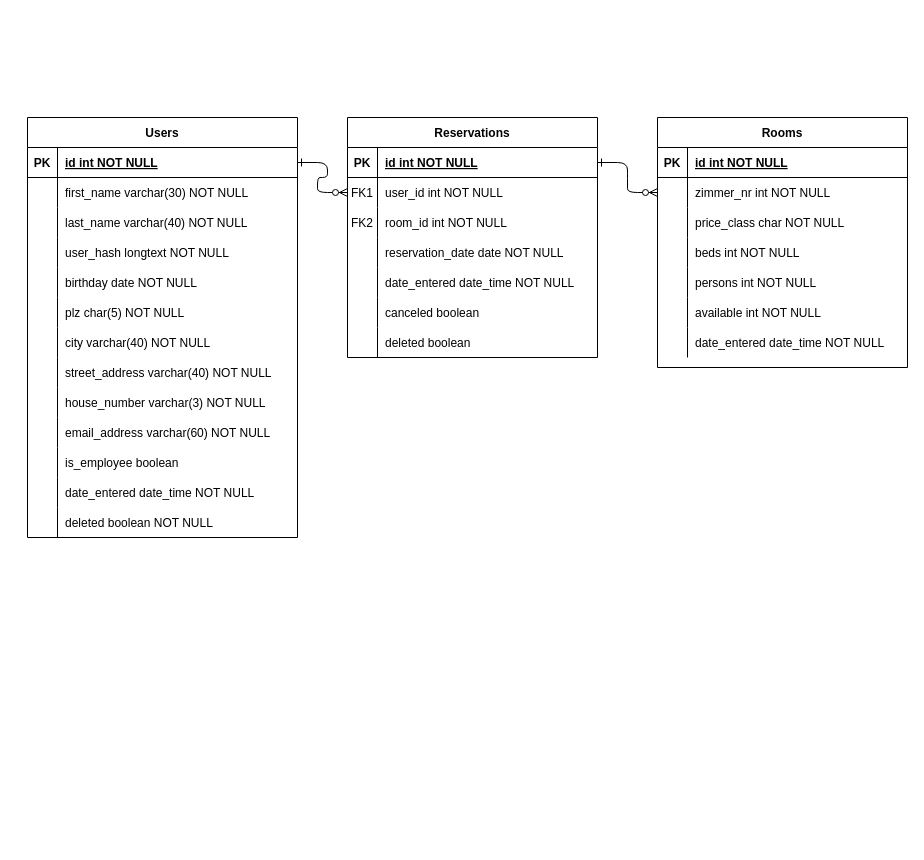
Before: Unbenanntes Diagramm.drawio in JonasE234/Insignio-1---Hotelprojekt, a draw.io diagram. Source tidied: cells renumbered, new cells numbered last; positions are measured from the earlier drawing's top-left corner, leaving out a move shared by most shapes. Both pictures are drawn from the tidied source at 100%, with x=0, y=0 at pixel (27, 117).
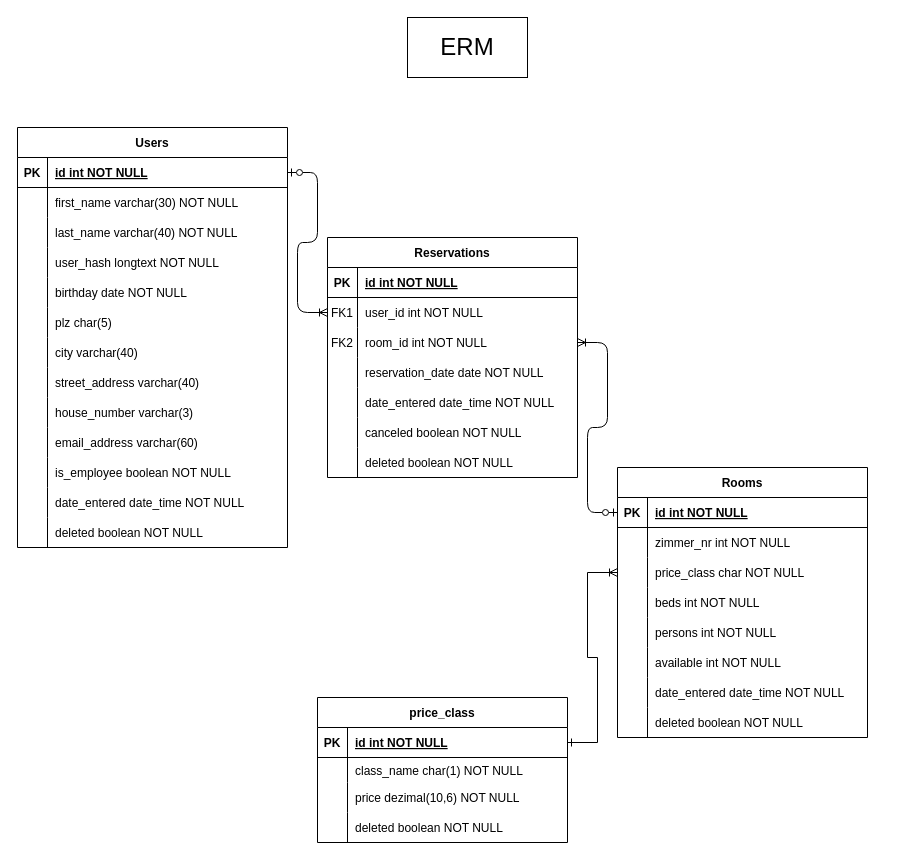
The same diagram, later.

Commit message:
ERM fertiggestellt

Unchanged cells that the change refers to:
```xml
<mxCell id="5" style="shape=partialRectangle;fillColor=none;points=[[0,0.5],[1,0.5]];portConstraint=eastwest;top=0;left=0;right=0;bottom=1;" parent="4" vertex="1">
  <mxGeometry y="30" width="250" height="30" as="geometry" />
</mxCell>
<mxCell id="8" style="shape=partialRectangle;fillColor=none;points=[[0,0.5],[1,0.5]];portConstraint=eastwest;top=0;left=0;right=0;bottom=0;" parent="4" vertex="1">
  <mxGeometry y="60" width="250" height="30" as="geometry" />
</mxCell>
<mxCell id="11" style="shape=partialRectangle;fillColor=none;points=[[0,0.5],[1,0.5]];portConstraint=eastwest;top=0;left=0;right=0;bottom=0;" parent="4" vertex="1">
  <mxGeometry y="90" width="250" height="30" as="geometry" />
</mxCell>
<mxCell id="20" style="shape=partialRectangle;fillColor=none;top=0;left=0;right=0;bottom=0;" parent="4" vertex="1">
  <mxGeometry y="180" width="250" height="30" as="geometry" />
</mxCell>
<mxCell id="23" style="shape=partialRectangle;fillColor=none;top=0;left=0;right=0;bottom=0;" parent="4" vertex="1">
  <mxGeometry y="210" width="250" height="30" as="geometry" />
</mxCell>
<mxCell id="27" style="shape=partialRectangle;fillColor=none;points=[[0,0.5],[1,0.5]];portConstraint=eastwest;top=0;left=0;right=0;bottom=1;" parent="26" vertex="1">
  <mxGeometry y="30" width="250" height="30" as="geometry" />
</mxCell>
<mxCell id="30" style="shape=partialRectangle;fillColor=none;points=[[0,0.5],[1,0.5]];portConstraint=eastwest;top=0;left=0;right=0;bottom=0;" parent="26" vertex="1">
  <mxGeometry y="60" width="250" height="30" as="geometry" />
</mxCell>
<mxCell id="33" style="shape=partialRectangle;fillColor=none;points=[[0,0.5],[1,0.5]];portConstraint=eastwest;top=0;left=0;right=0;bottom=0;" parent="26" vertex="1">
  <mxGeometry y="90" width="250" height="30" as="geometry" />
</mxCell>
<mxCell id="49" style="shape=partialRectangle;fillColor=none;points=[[0,0.5],[1,0.5]];portConstraint=eastwest;top=0;left=0;right=0;bottom=1;" parent="48" vertex="1">
  <mxGeometry y="30" width="270" height="30" as="geometry" />
</mxCell>
<mxCell id="64" style="shape=partialRectangle;fillColor=none;top=0;left=0;right=0;bottom=0;" parent="48" vertex="1">
  <mxGeometry y="180" width="270" height="30" as="geometry" />
</mxCell>
<mxCell id="67" style="shape=partialRectangle;fillColor=none;top=0;left=0;right=0;bottom=0;" parent="48" vertex="1">
  <mxGeometry y="210" width="270" height="30" as="geometry" />
</mxCell>
<mxCell id="70" style="shape=partialRectangle;fillColor=none;top=0;left=0;right=0;bottom=0;" parent="48" vertex="1">
  <mxGeometry y="240" width="270" height="30" as="geometry" />
</mxCell>
<mxCell id="73" style="shape=partialRectangle;fillColor=none;top=0;left=0;right=0;bottom=0;" parent="48" vertex="1">
  <mxGeometry y="270" width="270" height="30" as="geometry" />
</mxCell>
<mxCell id="76" style="shape=partialRectangle;fillColor=none;top=0;left=0;right=0;bottom=0;" parent="48" vertex="1">
  <mxGeometry y="300" width="270" height="30" as="geometry" />
</mxCell>
<mxCell id="79" style="shape=partialRectangle;fillColor=none;top=0;left=0;right=0;bottom=0;" parent="48" vertex="1">
  <mxGeometry y="330" width="270" height="30" as="geometry" />
</mxCell>
```

Diff of the diagram source:
```diff
@@
-    <mxCell id="2" style="edgeStyle=entityRelationEdgeStyle;endArrow=ERzeroToMany;startArrow=ERone;endFill=1;startFill=0;" parent="1" edge="1" source="49" target="8">
+    <mxCell id="2" style="edgeStyle=entityRelationEdgeStyle;endArrow=ERoneToMany;startArrow=ERzeroToOne;endFill=0;startFill=0;" parent="1" edge="1" source="49" target="8">
       <mxGeometry relative="1" as="geometry" />
     </mxCell>
-    <mxCell id="3" style="edgeStyle=entityRelationEdgeStyle;endArrow=ERzeroToMany;startArrow=ERone;endFill=1;startFill=0;" parent="1" edge="1" source="5" target="30">
+    <mxCell id="3" style="edgeStyle=entityRelationEdgeStyle;endArrow=ERzeroToOne;startArrow=ERoneToMany;endFill=0;startFill=0;exitX=1;exitY=0.5;exitDx=0;exitDy=0;entryX=0;entryY=0.5;entryDx=0;entryDy=0;" parent="1" edge="1" source="11" target="27">
       <mxGeometry relative="1" as="geometry" />
     </mxCell>
     <mxCell id="4" value="Reservations" style="shape=table;startSize=30;childLayout=tableLayout;rowLines=0;fontStyle=1;align=center;" parent="1" vertex="1">
-      <mxGeometry x="320" width="250" height="240" as="geometry" />
+      <mxGeometry x="300" y="120" width="250" height="240" as="geometry" />
     </mxCell>
@@
-    <mxCell id="22" value="canceled boolean" style="shape=partialRectangle;overflow=hidden;fillColor=none;top=0;left=0;bottom=0;right=0;align=left;spacingLeft=6;" parent="20" vertex="1">
+    <mxCell id="22" value="canceled boolean NOT NULL" style="shape=partialRectangle;overflow=hidden;fillColor=none;top=0;left=0;bottom=0;right=0;align=left;spacingLeft=6;" parent="20" vertex="1">
       <mxGeometry x="30" width="220" height="30" as="geometry" />
     </mxCell>
@@
-    <mxCell id="25" value="deleted boolean" style="shape=partialRectangle;overflow=hidden;fillColor=none;top=0;left=0;bottom=0;right=0;align=left;spacingLeft=6;" parent="23" vertex="1">
+    <mxCell id="25" value="deleted boolean NOT NULL" style="shape=partialRectangle;overflow=hidden;fillColor=none;top=0;left=0;bottom=0;right=0;align=left;spacingLeft=6;" parent="23" vertex="1">
       <mxGeometry x="30" width="220" height="30" as="geometry" />
     </mxCell>
     <mxCell id="26" value="Rooms" style="shape=table;startSize=30;childLayout=tableLayout;rowLines=0;fontStyle=1;align=center;" parent="1" vertex="1">
-      <mxGeometry x="630" width="250" height="250" as="geometry" />
+      <mxGeometry x="590" y="350" width="250" height="270" as="geometry" />
     </mxCell>
@@
+    <mxCell id="90" style="shape=partialRectangle;fillColor=none;top=0;left=0;right=0;bottom=0;" parent="26" vertex="1">
+      <mxGeometry y="240" width="250" height="30" as="geometry" />
+    </mxCell>
+    <mxCell id="91" style="shape=partialRectangle;overflow=hidden;fillColor=none;top=0;left=0;bottom=0;right=0;" parent="90" vertex="1">
+      <mxGeometry width="30" height="30" as="geometry" />
+    </mxCell>
+    <mxCell id="92" value="deleted boolean NOT NULL" style="shape=partialRectangle;overflow=hidden;fillColor=none;top=0;left=0;bottom=0;right=0;align=left;spacingLeft=6;" parent="90" vertex="1">
+      <mxGeometry x="30" width="220" height="30" as="geometry" />
+    </mxCell>
     <mxCell id="48" value="Users" style="shape=table;startSize=30;childLayout=tableLayout;rowLines=0;fontStyle=1;align=center;" parent="1" vertex="1">
-      <mxGeometry width="270" height="420" as="geometry" />
+      <mxGeometry x="-10" y="10" width="270" height="420" as="geometry" />
     </mxCell>
@@
-    <mxCell id="66" value="plz char(5) NOT NULL" style="shape=partialRectangle;overflow=hidden;fillColor=none;top=0;left=0;bottom=0;right=0;align=left;spacingLeft=6;" parent="64" vertex="1">
+    <mxCell id="66" value="plz char(5)" style="shape=partialRectangle;overflow=hidden;fillColor=none;top=0;left=0;bottom=0;right=0;align=left;spacingLeft=6;" parent="64" vertex="1">
       <mxGeometry x="30" width="240" height="30" as="geometry" />
     </mxCell>
@@
-    <mxCell id="69" value="city varchar(40) NOT NULL" style="shape=partialRectangle;overflow=hidden;fillColor=none;top=0;left=0;bottom=0;right=0;align=left;spacingLeft=6;" parent="67" vertex="1">
+    <mxCell id="69" value="city varchar(40)" style="shape=partialRectangle;overflow=hidden;fillColor=none;top=0;left=0;bottom=0;right=0;align=left;spacingLeft=6;" parent="67" vertex="1">
       <mxGeometry x="30" width="240" height="30" as="geometry" />
     </mxCell>
@@
-    <mxCell id="72" value="street_address varchar(40) NOT NULL" style="shape=partialRectangle;overflow=hidden;fillColor=none;top=0;left=0;bottom=0;right=0;align=left;spacingLeft=6;" parent="70" vertex="1">
+    <mxCell id="72" value="street_address varchar(40)" style="shape=partialRectangle;overflow=hidden;fillColor=none;top=0;left=0;bottom=0;right=0;align=left;spacingLeft=6;" parent="70" vertex="1">
       <mxGeometry x="30" width="240" height="30" as="geometry" />
     </mxCell>
@@
-    <mxCell id="75" value="house_number varchar(3) NOT NULL" style="shape=partialRectangle;overflow=hidden;fillColor=none;top=0;left=0;bottom=0;right=0;align=left;spacingLeft=6;" parent="73" vertex="1">
+    <mxCell id="75" value="house_number varchar(3)" style="shape=partialRectangle;overflow=hidden;fillColor=none;top=0;left=0;bottom=0;right=0;align=left;spacingLeft=6;" parent="73" vertex="1">
       <mxGeometry x="30" width="240" height="30" as="geometry" />
     </mxCell>
@@
-    <mxCell id="78" value="email_address varchar(60) NOT NULL" style="shape=partialRectangle;overflow=hidden;fillColor=none;top=0;left=0;bottom=0;right=0;align=left;spacingLeft=6;" parent="76" vertex="1">
+    <mxCell id="78" value="email_address varchar(60)" style="shape=partialRectangle;overflow=hidden;fillColor=none;top=0;left=0;bottom=0;right=0;align=left;spacingLeft=6;" parent="76" vertex="1">
       <mxGeometry x="30" width="240" height="30" as="geometry" />
     </mxCell>
@@
-    <mxCell id="81" value="is_employee boolean" style="shape=partialRectangle;overflow=hidden;fillColor=none;top=0;left=0;bottom=0;right=0;align=left;spacingLeft=6;" parent="79" vertex="1">
+    <mxCell id="81" value="is_employee boolean NOT NULL" style="shape=partialRectangle;overflow=hidden;fillColor=none;top=0;left=0;bottom=0;right=0;align=left;spacingLeft=6;" parent="79" vertex="1">
       <mxGeometry x="30" width="240" height="30" as="geometry" />
     </mxCell>
@@
     <mxCell id="88" style="shape=partialRectangle;fillColor=none;top=0;left=0;right=0;bottom=0;" parent="1" vertex="1">
-      <mxGeometry x="30" y="70" width="250" height="30" as="geometry" />
+      <mxGeometry x="30" y="180" width="250" height="30" as="geometry" />
     </mxCell>
@@
+    <mxCell id="93" value="price_class" style="shape=table;startSize=30;childLayout=tableLayout;rowLines=0;fontStyle=1;align=center;" parent="1" vertex="1">
+      <mxGeometry x="290" y="580" width="250" height="145" as="geometry" />
+    </mxCell>
+    <mxCell id="94" style="shape=partialRectangle;fillColor=none;points=[[0,0.5],[1,0.5]];portConstraint=eastwest;top=0;left=0;right=0;bottom=1;" parent="93" vertex="1">
+      <mxGeometry y="30" width="250" height="30" as="geometry" />
+    </mxCell>
+    <mxCell id="95" value="PK" style="shape=partialRectangle;overflow=hidden;fillColor=none;top=0;left=0;bottom=0;right=0;fontStyle=1;" parent="94" vertex="1">
+      <mxGeometry width="30" height="30" as="geometry" />
+    </mxCell>
+    <mxCell id="96" value="id int NOT NULL " style="shape=partialRectangle;overflow=hidden;fillColor=none;top=0;left=0;bottom=0;right=0;align=left;spacingLeft=6;fontStyle=5;" parent="94" vertex="1">
+      <mxGeometry x="30" width="220" height="30" as="geometry" />
+    </mxCell>
+    <mxCell id="97" style="shape=partialRectangle;fillColor=none;top=0;left=0;right=0;bottom=0;" parent="93" vertex="1">
+      <mxGeometry y="60" width="250" height="25" as="geometry" />
+    </mxCell>
+    <mxCell id="98" style="shape=partialRectangle;overflow=hidden;fillColor=none;top=0;left=0;bottom=0;right=0;" parent="97" vertex="1">
+      <mxGeometry width="30" height="25" as="geometry" />
+    </mxCell>
+    <mxCell id="99" value="class_name char(1) NOT NULL" style="shape=partialRectangle;overflow=hidden;fillColor=none;top=0;left=0;bottom=0;right=0;align=left;spacingLeft=6;" parent="97" vertex="1">
+      <mxGeometry x="30" width="220" height="25" as="geometry" />
+    </mxCell>
+    <mxCell id="100" style="shape=partialRectangle;fillColor=none;top=0;left=0;right=0;bottom=0;" parent="93" vertex="1">
+      <mxGeometry y="85" width="250" height="30" as="geometry" />
+    </mxCell>
+    <mxCell id="101" style="shape=partialRectangle;overflow=hidden;fillColor=none;top=0;left=0;bottom=0;right=0;" parent="100" vertex="1">
+      <mxGeometry width="30" height="30" as="geometry" />
+    </mxCell>
+    <mxCell id="102" value="price dezimal(10,6) NOT NULL" style="shape=partialRectangle;overflow=hidden;fillColor=none;top=0;left=0;bottom=0;right=0;align=left;spacingLeft=6;" parent="100" vertex="1">
+      <mxGeometry x="30" width="220" height="30" as="geometry" />
+    </mxCell>
+    <mxCell id="103" style="shape=partialRectangle;fillColor=none;top=0;left=0;right=0;bottom=0;" parent="93" vertex="1">
+      <mxGeometry y="115" width="250" height="30" as="geometry" />
+    </mxCell>
+    <mxCell id="104" style="shape=partialRectangle;overflow=hidden;fillColor=none;top=0;left=0;bottom=0;right=0;" parent="103" vertex="1">
+      <mxGeometry width="30" height="30" as="geometry" />
+    </mxCell>
+    <mxCell id="105" value="deleted boolean NOT NULL" style="shape=partialRectangle;overflow=hidden;fillColor=none;top=0;left=0;bottom=0;right=0;align=left;spacingLeft=6;" parent="103" vertex="1">
+      <mxGeometry x="30" width="220" height="30" as="geometry" />
+    </mxCell>
+    <mxCell id="106" style="edgeStyle=entityRelationEdgeStyle;fontSize=12;html=1;endArrow=ERoneToMany;rounded=0;entryX=0;entryY=0.5;entryDx=0;entryDy=0;startArrow=ERone;startFill=0;endFill=0;exitX=1;exitY=0.5;exitDx=0;exitDy=0;" parent="1" edge="1" source="94" target="33">
+      <mxGeometry relative="1" as="geometry">
+        <Array as="points">
+          <mxPoint x="470" y="555" />
+          <mxPoint x="530" y="580" />
+          <mxPoint x="540" y="555" />
+          <mxPoint x="510" y="480" />
+        </Array>
+      </mxGeometry>
+    </mxCell>
+    <mxCell id="107" value="ERM" style="rounded=0;whiteSpace=wrap;html=1;fontSize=24;" parent="1" vertex="1">
+      <mxGeometry x="380" y="-100" width="120" height="60" as="geometry" />
+    </mxCell>
```
